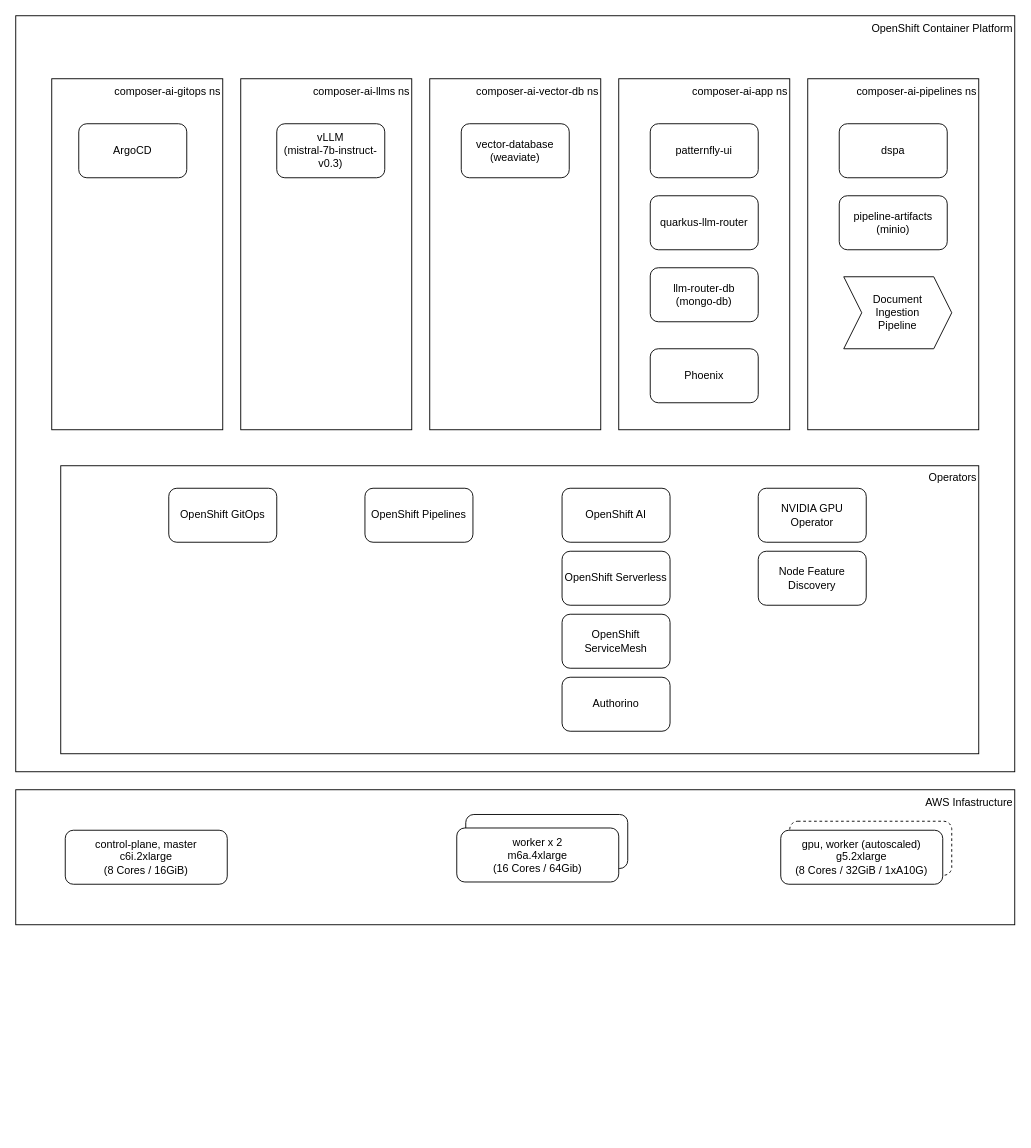
Above: diagrams/cluster-diagram-v2.drawio in redhat-composer-ai/getting-started (draw.io), before the change. Source tidied: cells renumbered, new cells numbered last; positions are measured from the earlier drawing's top-left corner, leaving out a move shared by most shapes. Both pictures are drawn from the tidied source at 90%, with x=0, y=0 at pixel (15, 15).
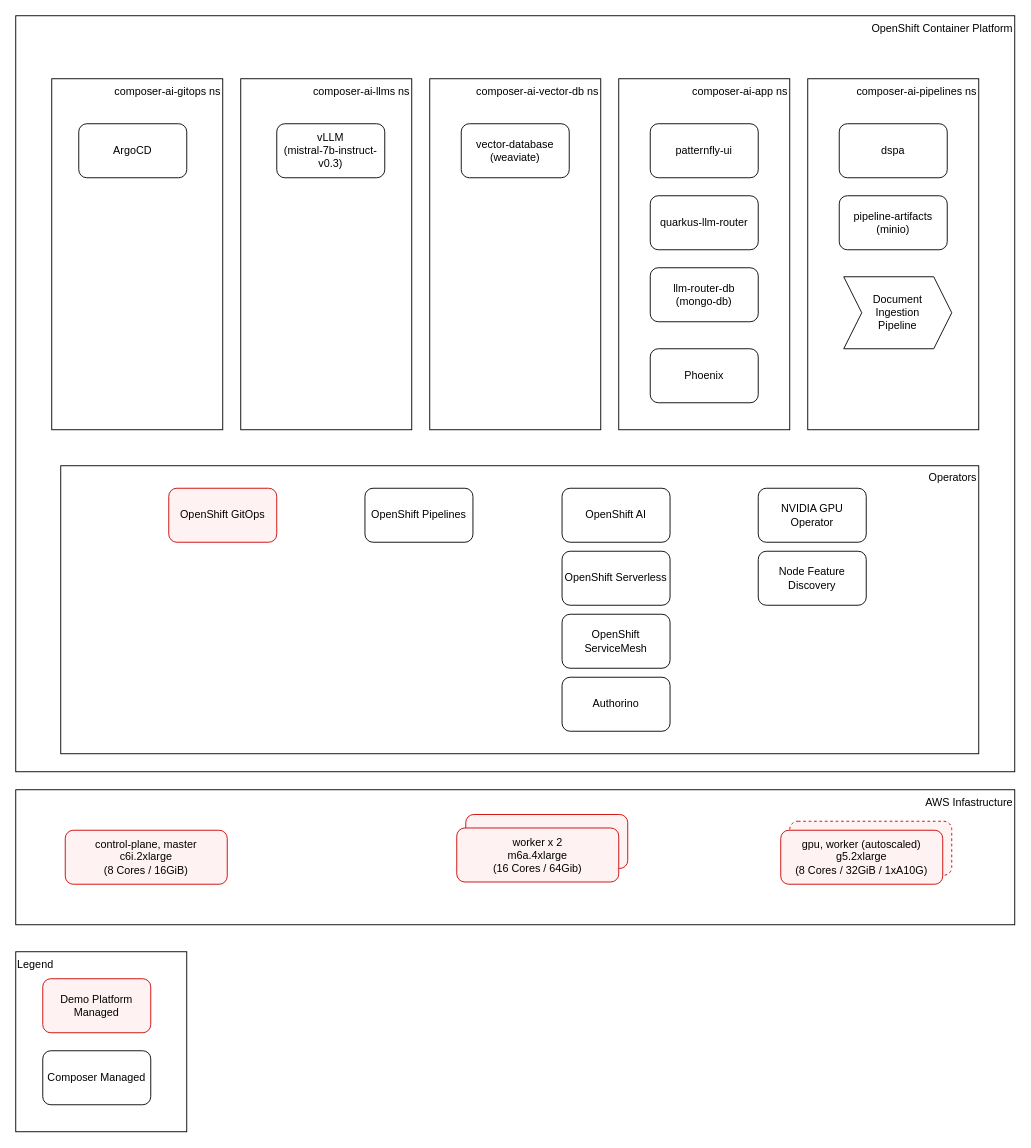
After the change.

Commit message (it also covers changes not shown here):
add management key

The edit, as a diff of the source:
```diff
@@
-    <mxCell id="5" value="OpenShift GitOps" style="rounded=1;whiteSpace=wrap;html=1;" parent="1" vertex="1">
+    <mxCell id="5" value="OpenShift GitOps" style="rounded=1;whiteSpace=wrap;html=1;strokeColor=#CC0000;fillColor=#FFF2F2;" parent="1" vertex="1">
       <mxGeometry x="170" y="525" width="120" height="60" as="geometry" />
     </mxCell>
@@
-    <mxCell id="14" value="control-plane, master&lt;br&gt;c6i.2xlarge&lt;br&gt;(8 Cores / 16GiB)" style="rounded=1;whiteSpace=wrap;html=1;" parent="1" vertex="1">
+    <mxCell id="14" value="control-plane, master&lt;br&gt;c6i.2xlarge&lt;br&gt;(8 Cores / 16GiB)" style="rounded=1;whiteSpace=wrap;html=1;strokeColor=#CC0000;fillColor=#FFF2F2;" parent="1" vertex="1">
       <mxGeometry x="55" y="905" width="180" height="60" as="geometry" />
     </mxCell>
-    <mxCell id="15" style="rounded=1;whiteSpace=wrap;html=1;" parent="1" vertex="1">
+    <mxCell id="15" style="rounded=1;whiteSpace=wrap;html=1;strokeColor=#CC0000;fillColor=#FFF2F2;" parent="1" vertex="1">
       <mxGeometry x="500" y="887.5" width="180" height="60" as="geometry" />
     </mxCell>
@@
-    <mxCell id="30" value="worker x 2&lt;br&gt;m6a.4xlarge&lt;br&gt;(16 Cores / 64Gib)" style="rounded=1;whiteSpace=wrap;html=1;" parent="1" vertex="1">
+    <mxCell id="30" value="worker x 2&lt;br&gt;m6a.4xlarge&lt;br&gt;(16 Cores / 64Gib)" style="rounded=1;whiteSpace=wrap;html=1;strokeColor=#CC0000;fillColor=#FFF2F2;" parent="1" vertex="1">
       <mxGeometry x="490" y="902.5" width="180" height="60" as="geometry" />
     </mxCell>
-    <mxCell id="31" style="rounded=1;whiteSpace=wrap;html=1;dashed=1;" parent="1" vertex="1">
+    <mxCell id="31" style="rounded=1;whiteSpace=wrap;html=1;dashed=1;strokeColor=#CC0000;fillColor=#FFF2F2;" parent="1" vertex="1">
       <mxGeometry x="860" y="895" width="180" height="60" as="geometry" />
     </mxCell>
-    <mxCell id="32" value="gpu, worker (autoscaled)&lt;br&gt;g5.2xlarge&lt;br&gt;(8 Cores / 32GiB / 1xA10G)" style="rounded=1;whiteSpace=wrap;html=1;" parent="1" vertex="1">
+    <mxCell id="32" value="gpu, worker (autoscaled)&lt;br&gt;g5.2xlarge&lt;br&gt;(8 Cores / 32GiB / 1xA10G)" style="rounded=1;whiteSpace=wrap;html=1;strokeColor=#CC0000;fillColor=#FFF2F2;" parent="1" vertex="1">
       <mxGeometry x="850" y="905" width="180" height="60" as="geometry" />
     </mxCell>
+    <mxCell id="33" value="Legend" style="rounded=0;whiteSpace=wrap;html=1;strokeColor=#000000;fillColor=default;align=left;verticalAlign=top;" parent="1" vertex="1">
+      <mxGeometry y="1040" width="190" height="200" as="geometry" />
+    </mxCell>
+    <mxCell id="34" value="Demo Platform Managed" style="rounded=1;whiteSpace=wrap;html=1;strokeColor=#CC0000;fillColor=#FFF2F2;" parent="1" vertex="1">
+      <mxGeometry x="30" y="1070" width="120" height="60" as="geometry" />
+    </mxCell>
+    <mxCell id="35" value="Composer Managed" style="rounded=1;whiteSpace=wrap;html=1;" parent="1" vertex="1">
+      <mxGeometry x="30" y="1150" width="120" height="60" as="geometry" />
+    </mxCell>
```
